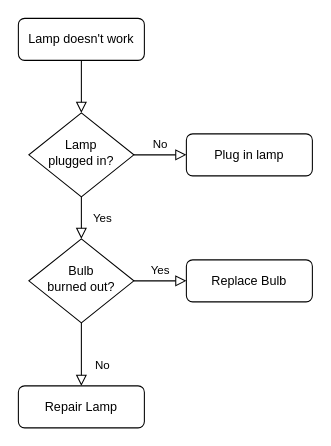
The draw.io diagram 未命名绘图.drawio in publisherfk/diagrams, before the edit. Source tidied: cells renumbered, new cells numbered last; positions are measured from the earlier drawing's top-left corner, leaving out a move shared by most shapes. Both pictures are drawn from the tidied source at 105%, with x=0, y=0 at pixel (18, 18).
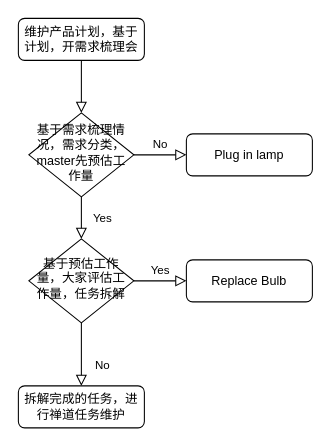
After the change.

Commit message:
初版，初步将想法加进去.drawio

Diff of the diagram source:
```diff
@@
 <mxGraphModel>
   <root>
     <mxCell id="0" />
     <mxCell id="1" parent="0" />
     <mxCell id="2" style="rounded=0;html=1;jettySize=auto;fontSize=11;endArrow=block;endFill=0;endSize=8;strokeWidth=1;shadow=0;labelBackgroundColor=none;edgeStyle=orthogonalEdgeStyle;" parent="1" edge="1" source="3" target="6">
       <mxGeometry relative="1" as="geometry" />
     </mxCell>
-    <mxCell id="3" value="Lamp doesn't work" style="rounded=1;whiteSpace=wrap;html=1;fontSize=12;glass=0;strokeWidth=1;shadow=0;" parent="1" vertex="1">
+    <mxCell id="3" value="维护产品计划，基于计划，开需求梳理会" style="rounded=1;whiteSpace=wrap;html=1;fontSize=12;glass=0;strokeWidth=1;shadow=0;" parent="1" vertex="1">
       <mxGeometry width="120" height="40" as="geometry" />
     </mxCell>
     <mxCell id="4" value="Yes" style="rounded=0;html=1;jettySize=auto;fontSize=11;endArrow=block;endFill=0;endSize=8;strokeWidth=1;shadow=0;labelBackgroundColor=none;edgeStyle=orthogonalEdgeStyle;" parent="1" edge="1" source="6" target="10">
       <mxGeometry y="20" relative="1" as="geometry" />
     </mxCell>
     <mxCell id="5" value="No" style="edgeStyle=orthogonalEdgeStyle;rounded=0;html=1;jettySize=auto;fontSize=11;endArrow=block;endFill=0;endSize=8;strokeWidth=1;shadow=0;labelBackgroundColor=none;" parent="1" edge="1" source="6" target="7">
       <mxGeometry y="10" relative="1" as="geometry" />
     </mxCell>
-    <mxCell id="6" value="Lamp&lt;br&gt;plugged in?" style="rhombus;whiteSpace=wrap;html=1;shadow=0;fontFamily=Helvetica;fontSize=12;align=center;strokeWidth=1;spacing=6;spacingTop=-4;" parent="1" vertex="1">
+    <mxCell id="6" value="基于需求梳理情况，需求分类，master先预估工作量" style="rhombus;whiteSpace=wrap;html=1;shadow=0;fontFamily=Helvetica;fontSize=12;align=center;strokeWidth=1;spacing=6;spacingTop=-4;" parent="1" vertex="1">
       <mxGeometry x="10" y="90" width="100" height="80" as="geometry" />
     </mxCell>
     <mxCell id="7" value="Plug in lamp" style="rounded=1;whiteSpace=wrap;html=1;fontSize=12;glass=0;strokeWidth=1;shadow=0;" parent="1" vertex="1">
       <mxGeometry x="160" y="110" width="120" height="40" as="geometry" />
     </mxCell>
     <mxCell id="8" value="No" style="rounded=0;html=1;jettySize=auto;fontSize=11;endArrow=block;endFill=0;endSize=8;strokeWidth=1;shadow=0;labelBackgroundColor=none;edgeStyle=orthogonalEdgeStyle;" parent="1" edge="1" source="10" target="11">
       <mxGeometry x="0.33" y="20" relative="1" as="geometry" />
     </mxCell>
     <mxCell id="9" value="Yes" style="edgeStyle=orthogonalEdgeStyle;rounded=0;html=1;jettySize=auto;fontSize=11;endArrow=block;endFill=0;endSize=8;strokeWidth=1;shadow=0;labelBackgroundColor=none;" parent="1" edge="1" source="10" target="12">
       <mxGeometry y="10" relative="1" as="geometry" />
     </mxCell>
-    <mxCell id="10" value="Bulb&lt;br&gt;burned out?" style="rhombus;whiteSpace=wrap;html=1;shadow=0;fontFamily=Helvetica;fontSize=12;align=center;strokeWidth=1;spacing=6;spacingTop=-4;" parent="1" vertex="1">
+    <mxCell id="10" value="基于预估工作量，大家评估工作量，任务拆解" style="rhombus;whiteSpace=wrap;html=1;shadow=0;fontFamily=Helvetica;fontSize=12;align=center;strokeWidth=1;spacing=6;spacingTop=-4;" parent="1" vertex="1">
       <mxGeometry x="10" y="210" width="100" height="80" as="geometry" />
     </mxCell>
-    <mxCell id="11" value="Repair Lamp" style="rounded=1;whiteSpace=wrap;html=1;fontSize=12;glass=0;strokeWidth=1;shadow=0;" parent="1" vertex="1">
+    <mxCell id="11" value="拆解完成的任务，进行禅道任务维护" style="rounded=1;whiteSpace=wrap;html=1;fontSize=12;glass=0;strokeWidth=1;shadow=0;" parent="1" vertex="1">
       <mxGeometry y="350" width="120" height="40" as="geometry" />
     </mxCell>
     <mxCell id="12" value="Replace Bulb" style="rounded=1;whiteSpace=wrap;html=1;fontSize=12;glass=0;strokeWidth=1;shadow=0;" parent="1" vertex="1">
       <mxGeometry x="160" y="230" width="120" height="40" as="geometry" />
     </mxCell>
   </root>
 </mxGraphModel>
```
